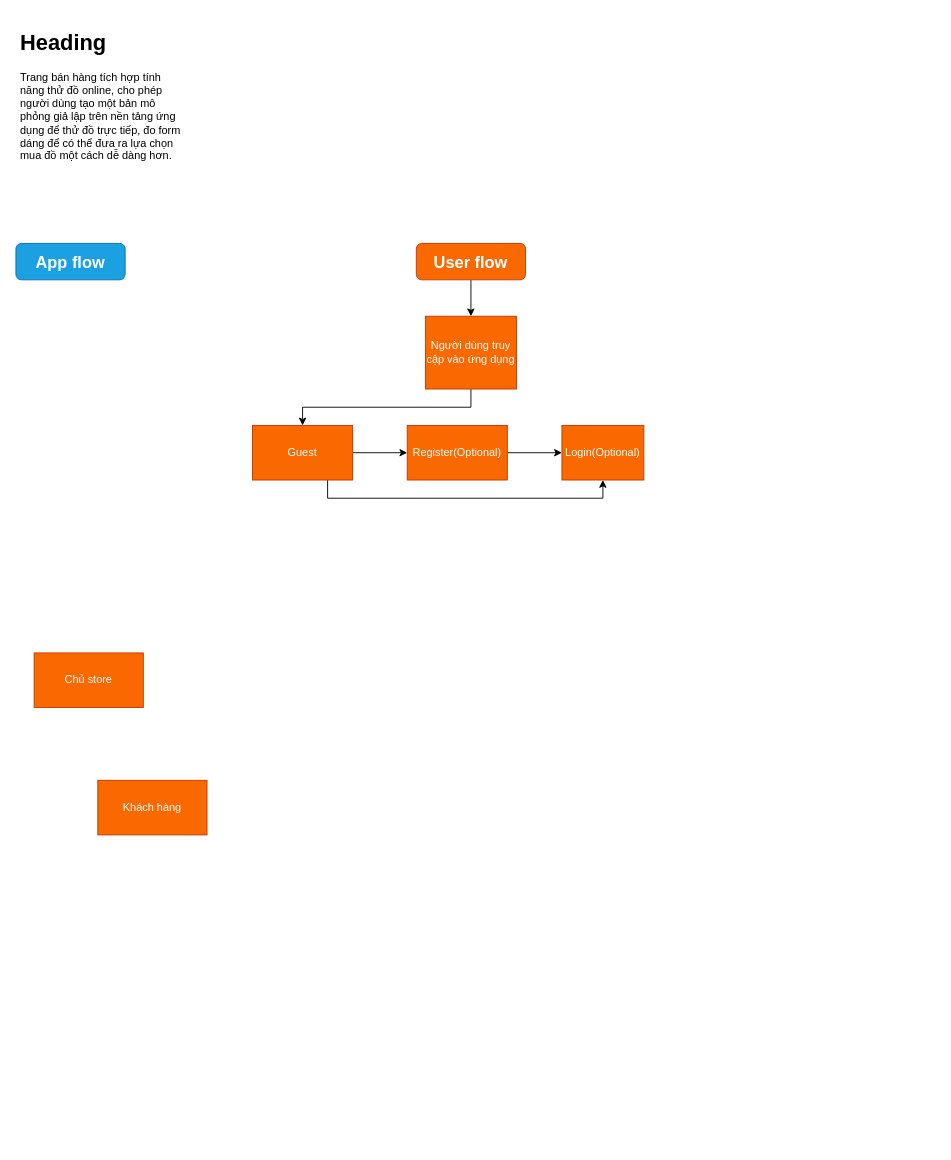
This is Untitled Diagram.drawio from bltt84/Practice, a draw.io file, before an edit. Source tidied: cells renumbered, new cells numbered last; positions are measured from the earlier drawing's top-left corner, leaving out a move shared by most shapes. Both pictures are drawn from the tidied source at 91%, with x=0, y=0 at pixel (15, 25).
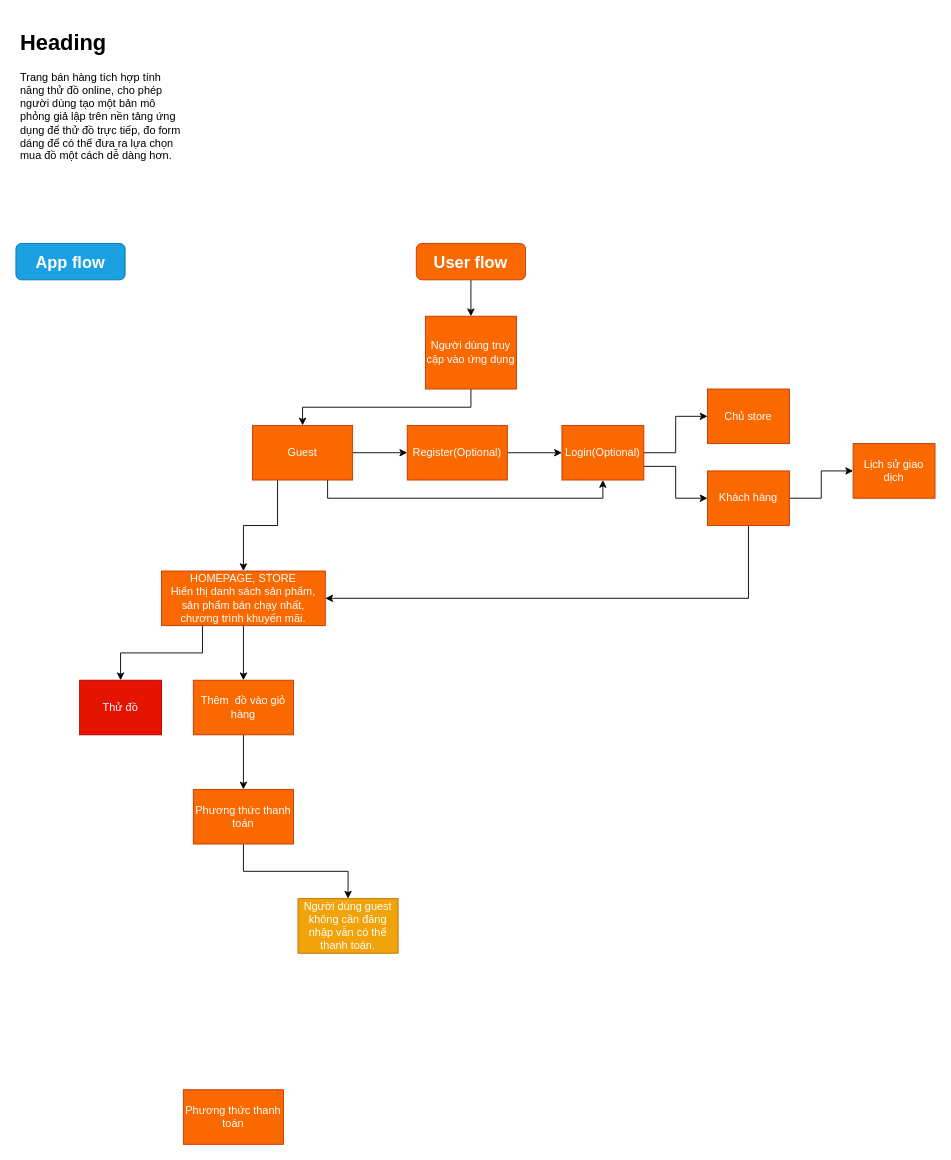
The same page after the edit.

Unchanged cells that the change refers to:
```xml
<mxCell id="10" value="&lt;font color=&quot;#ffffff&quot;&gt;Login(Optional)&lt;/font&gt;" style="rounded=0;whiteSpace=wrap;html=1;fillColor=#fa6800;strokeColor=#C73500;fontColor=#000000;" parent="1" vertex="1">
  <mxGeometry x="600" y="440" width="90" height="60" as="geometry" />
</mxCell>
<mxCell id="15" value="&lt;font color=&quot;#ffffff&quot;&gt;Guest&lt;/font&gt;" style="rounded=0;whiteSpace=wrap;html=1;fillColor=#fa6800;strokeColor=#C73500;fontColor=#000000;" parent="1" vertex="1">
  <mxGeometry x="260" y="440" width="110" height="60" as="geometry" />
</mxCell>
```

Diff of the diagram source:
```diff
@@
+    <mxCell id="16" style="edgeStyle=orthogonalEdgeStyle;rounded=0;jettySize=auto;html=1;exitX=0.5;exitY=1;exitDx=0;exitDy=0;entryX=1;entryY=0.5;entryDx=0;entryDy=0;" parent="1" edge="1" source="8" target="23">
+      <mxGeometry relative="1" as="geometry" />
+    </mxCell>
+    <mxCell id="17" style="edgeStyle=orthogonalEdgeStyle;rounded=0;jettySize=auto;html=1;exitX=1;exitY=0.5;exitDx=0;exitDy=0;" parent="1" edge="1" source="8" target="24">
+      <mxGeometry relative="1" as="geometry" />
+    </mxCell>
     <mxCell id="8" value="&lt;font color=&quot;#ffffff&quot;&gt;Khách hàng&lt;/font&gt;" style="rounded=0;whiteSpace=wrap;html=1;fillColor=#fa6800;strokeColor=#C73500;fontColor=#000000;" parent="1" vertex="1">
-      <mxGeometry x="90" y="830" width="120" height="60" as="geometry" />
+      <mxGeometry x="760" y="490" width="90" height="60" as="geometry" />
     </mxCell>
     <mxCell id="9" value="&lt;font color=&quot;#ffffff&quot;&gt;Chủ store&lt;/font&gt;" style="rounded=0;whiteSpace=wrap;html=1;fillColor=#fa6800;strokeColor=#C73500;fontColor=#000000;" parent="1" vertex="1">
-      <mxGeometry x="20" y="690" width="120" height="60" as="geometry" />
+      <mxGeometry x="760" y="400" width="90" height="60" as="geometry" />
     </mxCell>
+    <mxCell id="18" style="edgeStyle=orthogonalEdgeStyle;rounded=0;jettySize=auto;html=1;exitX=1;exitY=0.5;exitDx=0;exitDy=0;" parent="1" edge="1" source="10" target="9">
+      <mxGeometry relative="1" as="geometry" />
+    </mxCell>
+    <mxCell id="19" style="edgeStyle=orthogonalEdgeStyle;rounded=0;jettySize=auto;html=1;exitX=1;exitY=0.75;exitDx=0;exitDy=0;" parent="1" edge="1" source="10" target="8">
+      <mxGeometry relative="1" as="geometry" />
+    </mxCell>
@@
+    <mxCell id="20" style="edgeStyle=orthogonalEdgeStyle;rounded=0;jettySize=auto;html=1;exitX=0.25;exitY=1;exitDx=0;exitDy=0;" parent="1" edge="1" source="15" target="23">
+      <mxGeometry relative="1" as="geometry" />
+    </mxCell>
@@
+    <mxCell id="21" style="edgeStyle=orthogonalEdgeStyle;rounded=0;jettySize=auto;html=1;exitX=0.25;exitY=1;exitDx=0;exitDy=0;entryX=0.5;entryY=0;entryDx=0;entryDy=0;" parent="1" edge="1" source="23" target="25">
+      <mxGeometry relative="1" as="geometry" />
+    </mxCell>
+    <mxCell id="22" style="edgeStyle=orthogonalEdgeStyle;rounded=0;jettySize=auto;html=1;exitX=0.5;exitY=1;exitDx=0;exitDy=0;entryX=0.5;entryY=0;entryDx=0;entryDy=0;" parent="1" edge="1" source="23" target="27">
+      <mxGeometry relative="1" as="geometry" />
+    </mxCell>
+    <mxCell id="23" value="&lt;font color=&quot;#ffffff&quot;&gt;HOMEPAGE, STORE&lt;br&gt;Hiển thị danh sách sản phẩm, sản phẩm bán chạy nhất, chương trình khuyến mãi.&lt;br&gt;&lt;/font&gt;" style="rounded=0;whiteSpace=wrap;html=1;fillColor=#fa6800;strokeColor=#C73500;fontColor=#000000;" parent="1" vertex="1">
+      <mxGeometry x="160" y="600" width="180" height="60" as="geometry" />
+    </mxCell>
+    <mxCell id="24" value="&lt;font color=&quot;#ffffff&quot;&gt;Lịch sử giao dịch&lt;/font&gt;" style="rounded=0;whiteSpace=wrap;html=1;fillColor=#fa6800;strokeColor=#C73500;fontColor=#000000;" parent="1" vertex="1">
+      <mxGeometry x="920" y="460" width="90" height="60" as="geometry" />
+    </mxCell>
+    <mxCell id="25" value="&lt;font color=&quot;#ffffff&quot;&gt;Thử đồ&lt;/font&gt;" style="rounded=0;whiteSpace=wrap;html=1;fillColor=#e51400;strokeColor=#B20000;fontColor=#ffffff;" parent="1" vertex="1">
+      <mxGeometry x="70" y="720" width="90" height="60" as="geometry" />
+    </mxCell>
+    <mxCell id="26" style="edgeStyle=orthogonalEdgeStyle;rounded=0;jettySize=auto;html=1;exitX=0.5;exitY=1;exitDx=0;exitDy=0;entryX=0.5;entryY=0;entryDx=0;entryDy=0;" parent="1" edge="1" source="27" target="29">
+      <mxGeometry relative="1" as="geometry" />
+    </mxCell>
+    <mxCell id="27" value="&lt;font color=&quot;#ffffff&quot;&gt;Thêm&amp;nbsp; đồ vào giỏ hàng&lt;/font&gt;" style="rounded=0;whiteSpace=wrap;html=1;fillColor=#fa6800;strokeColor=#C73500;fontColor=#000000;" parent="1" vertex="1">
+      <mxGeometry x="195" y="720" width="110" height="60" as="geometry" />
+    </mxCell>
+    <mxCell id="28" style="edgeStyle=orthogonalEdgeStyle;rounded=0;jettySize=auto;html=1;exitX=0.5;exitY=1;exitDx=0;exitDy=0;entryX=0.5;entryY=0;entryDx=0;entryDy=0;" parent="1" edge="1" source="29" target="30">
+      <mxGeometry relative="1" as="geometry" />
+    </mxCell>
+    <mxCell id="29" value="&lt;font color=&quot;#ffffff&quot;&gt;Phương thức thanh toán&lt;/font&gt;" style="rounded=0;whiteSpace=wrap;html=1;fillColor=#fa6800;strokeColor=#C73500;fontColor=#000000;" parent="1" vertex="1">
+      <mxGeometry x="195" y="840" width="110" height="60" as="geometry" />
+    </mxCell>
+    <mxCell id="30" value="&lt;font color=&quot;#ffffff&quot;&gt;Người dùng guest không cần đăng nhập vẫn có thể thanh toán.&lt;/font&gt;" style="rounded=0;whiteSpace=wrap;html=1;fillColor=#f0a30a;strokeColor=#BD7000;fontColor=#000000;" parent="1" vertex="1">
+      <mxGeometry x="310" y="960" width="110" height="60" as="geometry" />
+    </mxCell>
+    <mxCell id="31" value="&lt;font color=&quot;#ffffff&quot;&gt;Phương thức thanh toán&lt;/font&gt;" style="rounded=0;whiteSpace=wrap;html=1;fillColor=#fa6800;strokeColor=#C73500;fontColor=#000000;" parent="1" vertex="1">
+      <mxGeometry x="184" y="1170" width="110" height="60" as="geometry" />
+    </mxCell>
```
